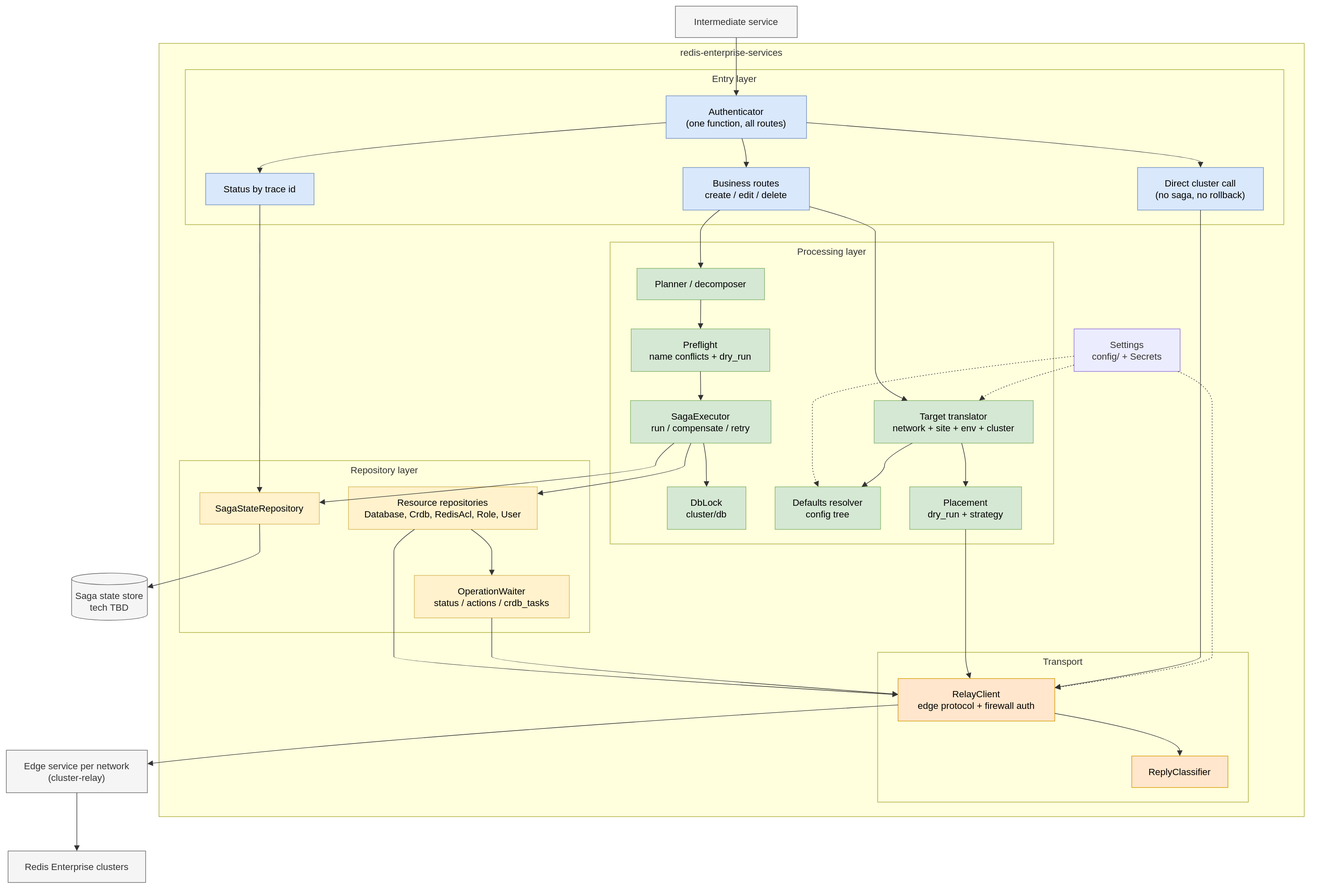
EliShteinman/redis-enterprise-services keeps this draw.io diagram as docs/dr/diagrams/03-components.drawio.svg. Above is the earlier version. Source tidied: cells renumbered, new cells last; positions are measured from the earlier drawing's top-left corner, leaving out a move shared by most shapes.
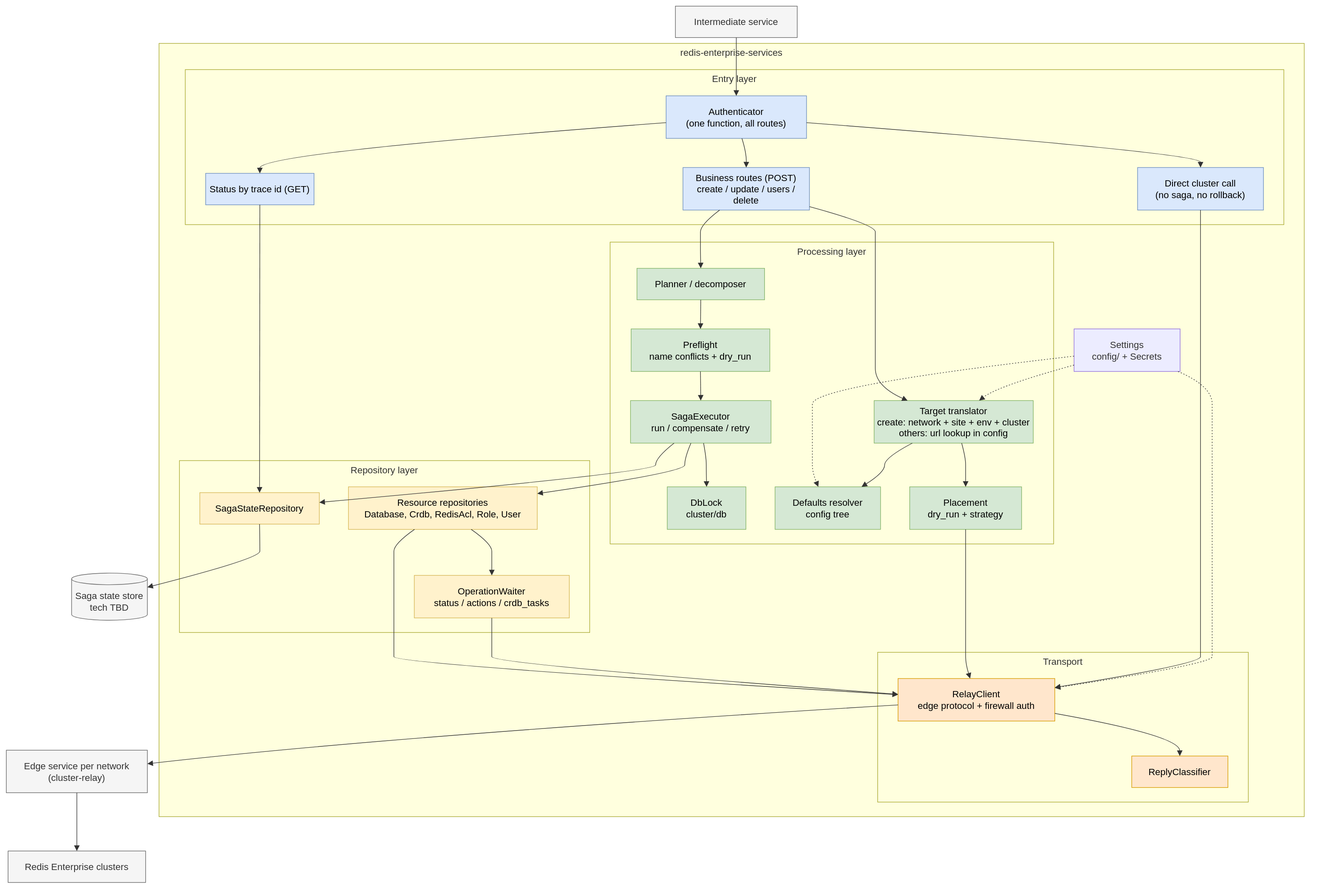
The same diagram one commit later.

Commit message:
docs(dr): refresh components, classes, create and edit diagrams, add API models diagram

What changed in the source:
```diff
@@ -11,13 +11,13 @@
     <mxCell id="4" value="Authenticator&#10;(one function, all routes)" style="html=1;whiteSpace=wrap;strokeWidth=1;fillColor=#dae8fc;strokeColor=#6c8ebf;fontColor=default;fontFamily=Trebuchet MS,Verdana,Arial,sans-serif;fontSize=16;" parent="3" vertex="1">
       <mxGeometry x="825" y="45" width="241" height="73" as="geometry" />
     </mxCell>
-    <mxCell id="5" value="Business routes&#10;create / edit / delete" style="html=1;whiteSpace=wrap;strokeWidth=1;fillColor=#dae8fc;strokeColor=#6c8ebf;fontColor=default;fontFamily=Trebuchet MS,Verdana,Arial,sans-serif;fontSize=16;" parent="3" vertex="1">
+    <mxCell id="5" value="Business routes (POST)&#10;create / update / users / delete" style="html=1;whiteSpace=wrap;strokeWidth=1;fillColor=#dae8fc;strokeColor=#6c8ebf;fontColor=default;fontFamily=Trebuchet MS,Verdana,Arial,sans-serif;fontSize=16;" parent="3" vertex="1">
       <mxGeometry x="854" y="168" width="217" height="73" as="geometry" />
     </mxCell>
     <mxCell id="6" value="Direct cluster call&#10;(no saga, no rollback)" style="html=1;whiteSpace=wrap;strokeWidth=1;fillColor=#dae8fc;strokeColor=#6c8ebf;fontColor=default;fontFamily=Trebuchet MS,Verdana,Arial,sans-serif;fontSize=16;" parent="3" vertex="1">
       <mxGeometry x="1634" y="168" width="216" height="73" as="geometry" />
     </mxCell>
-    <mxCell id="7" value="Status by trace id" style="html=1;whiteSpace=wrap;strokeWidth=1;fillColor=#dae8fc;strokeColor=#6c8ebf;fontColor=default;fontFamily=Trebuchet MS,Verdana,Arial,sans-serif;fontSize=16;" parent="3" vertex="1">
+    <mxCell id="7" value="Status by trace id (GET)" style="html=1;whiteSpace=wrap;strokeWidth=1;fillColor=#dae8fc;strokeColor=#6c8ebf;fontColor=default;fontFamily=Trebuchet MS,Verdana,Arial,sans-serif;fontSize=16;" parent="3" vertex="1">
       <mxGeometry x="35" y="178" width="186" height="54" as="geometry" />
     </mxCell>
     <mxCell id="8" style="curved=1;startArrow=none;endArrow=block;endSize=7;strokeColor=light-dark(#333333,#cccccc);exitX=0.54;exitY=1;entryX=0.5;entryY=0;" parent="3" edge="1" source="4" target="5">
@@ -44,7 +44,7 @@
     <mxCell id="11" value="Processing layer" style="html=1;whiteSpace=wrap;strokeWidth=1;verticalAlign=top;fillColor=light-dark(#ffffde,#1f2020);strokeColor=light-dark(#aaaa33,#cccccc);fontColor=light-dark(#333333,#cccccc);fontFamily=Trebuchet MS,Verdana,Arial,sans-serif;fontSize=16;" parent="2" vertex="1">
       <mxGeometry x="774" y="341" width="761" height="518" as="geometry" />
     </mxCell>
-    <mxCell id="12" value="Target translator&#10;network + site + env + cluster" style="html=1;whiteSpace=wrap;strokeWidth=1;fillColor=#d5e8d4;strokeColor=#82b366;fontColor=default;fontFamily=Trebuchet MS,Verdana,Arial,sans-serif;fontSize=16;" parent="11" vertex="1">
+    <mxCell id="12" value="Target translator&#10;create: network + site + env + cluster&#10;others: url lookup in config" style="html=1;whiteSpace=wrap;strokeWidth=1;fillColor=#d5e8d4;strokeColor=#82b366;fontColor=default;fontFamily=Trebuchet MS,Verdana,Arial,sans-serif;fontSize=16;" parent="11" vertex="1">
       <mxGeometry x="453" y="272" width="273" height="73" as="geometry" />
     </mxCell>
     <mxCell id="13" value="Placement&#10;dry_run + strategy" style="html=1;whiteSpace=wrap;strokeWidth=1;fillColor=#d5e8d4;strokeColor=#82b366;fontColor=default;fontFamily=Trebuchet MS,Verdana,Arial,sans-serif;fontSize=16;" parent="11" vertex="1">
```
